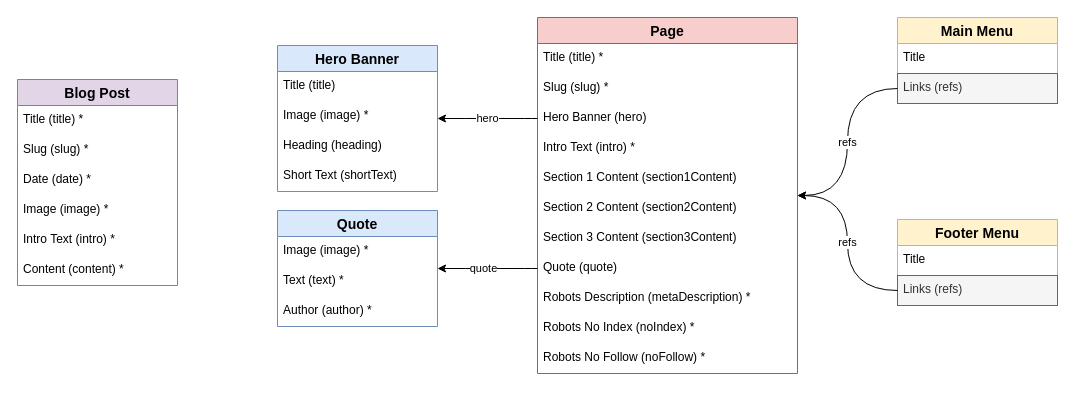
The draw.io diagram page "Content model" (2 of 2) of doc/overview.drawio in spacebetweentherapy/website, before the edit. Source tidied: cells renumbered, new cells numbered last; positions are measured from the earlier drawing's top-left corner, leaving out a move shared by most shapes. Both pictures are drawn from the tidied source at 100%, with x=0, y=0 at pixel (17, 17).
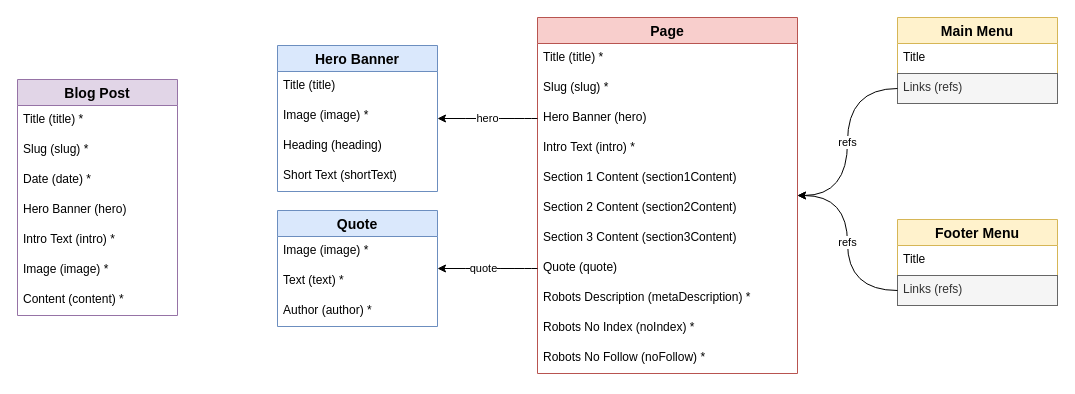
After the change.

Commit message:
Updated blogPost definition

Diff of the diagram source:
```diff
@@
     <mxCell id="2" value="Blog Post" style="swimlane;fontStyle=1;horizontal=1;startSize=26;align=center;fontSize=14;fillColor=#e1d5e7;strokeColor=#9673a6;" parent="1" vertex="1">
-      <mxGeometry y="62" width="160" height="206" as="geometry" />
+      <mxGeometry y="62" width="160" height="236" as="geometry" />
     </mxCell>
@@
+    <mxCell id="42" value="Hero Banner (hero)" style="text;strokeColor=none;fillColor=none;spacingLeft=4;spacingRight=4;overflow=hidden;fontSize=12;" parent="2" vertex="1">
+      <mxGeometry y="116" width="160" height="30" as="geometry" />
+    </mxCell>
+    <mxCell id="7" value="Intro Text (intro) *" style="text;strokeColor=none;fillColor=none;spacingLeft=4;spacingRight=4;overflow=hidden;fontSize=12;" parent="2" vertex="1">
+      <mxGeometry y="146" width="160" height="30" as="geometry" />
+    </mxCell>
     <mxCell id="6" value="Image (image) *" style="text;strokeColor=none;fillColor=none;spacingLeft=4;spacingRight=4;overflow=hidden;fontSize=12;" parent="2" vertex="1">
-      <mxGeometry y="116" width="160" height="30" as="geometry" />
+      <mxGeometry y="176" width="160" height="30" as="geometry" />
     </mxCell>
-    <mxCell id="7" value="Intro Text (intro) *" style="text;strokeColor=none;fillColor=none;spacingLeft=4;spacingRight=4;overflow=hidden;fontSize=12;" parent="2" vertex="1">
-      <mxGeometry y="146" width="160" height="30" as="geometry" />
-    </mxCell>
     <mxCell id="8" value="Content (content) *" style="text;strokeColor=none;fillColor=none;spacingLeft=4;spacingRight=4;overflow=hidden;fontSize=12;" parent="2" vertex="1">
-      <mxGeometry y="176" width="160" height="30" as="geometry" />
+      <mxGeometry y="206" width="160" height="30" as="geometry" />
     </mxCell>
```
